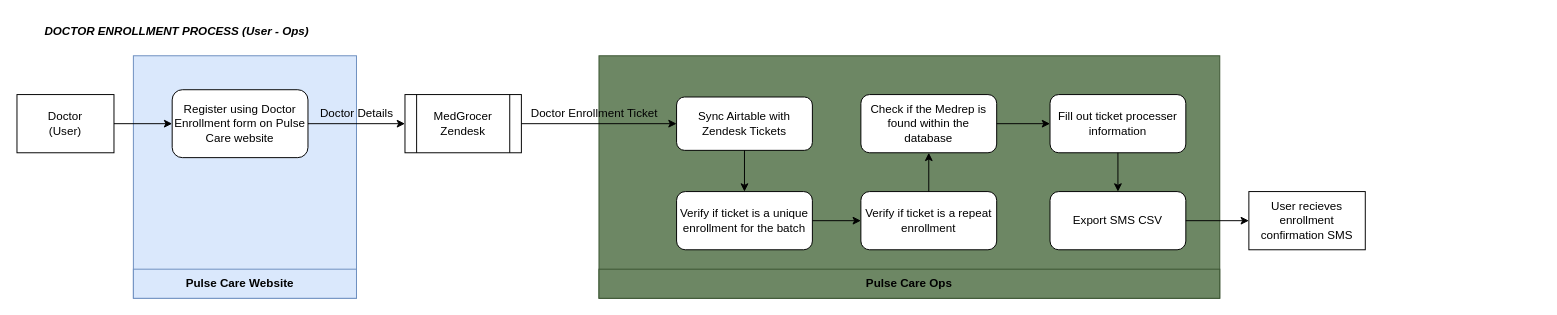
Earlier version of the draw.io diagram page "Data Flow Diagram" (1 of 2) of Patient Programs/NS Pulse Care/Doctor Enrollment.dio (MedGrocer/diagrams). Source tidied: cells renumbered, new cells numbered last; positions are measured from the earlier drawing's top-left corner, leaving out a move shared by most shapes. Both pictures are drawn from the tidied source at 97%, with x=0, y=0 at pixel (16, 16).
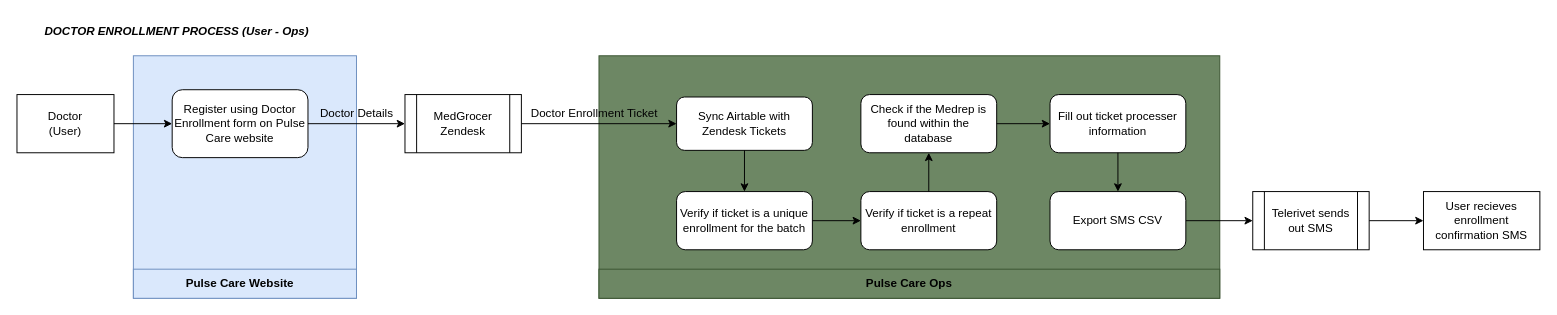
Above is the later version.

Unchanged cells that the change refers to:
```xml
<mxCell id="20" value="Export SMS CSV" style="rounded=1;whiteSpace=wrap;html=1;" parent="2" vertex="1">
  <mxGeometry x="1065" y="140" width="140" height="60" as="geometry" />
</mxCell>
```

The edit, as a diff of the source:
```diff
@@
     <mxCell id="2" style="group;" parent="1" vertex="1">
-      <mxGeometry y="40" width="1390" height="250" as="geometry" />
+      <mxGeometry y="40" width="1410" height="250" as="geometry" />
     </mxCell>
@@
+    <mxCell id="31" style="edgeStyle=none;html=1;exitX=1;exitY=0.5;exitDx=0;exitDy=0;entryX=0;entryY=0.5;entryDx=0;entryDy=0;" parent="2" edge="1" source="20" target="32">
+      <mxGeometry relative="1" as="geometry" />
+    </mxCell>
@@
-    <mxCell id="22" value="User recieves enrollment confirmation SMS" style="rounded=0;whiteSpace=wrap;html=1;" parent="2" vertex="1">
-      <mxGeometry x="1270" y="140" width="120" height="60" as="geometry" />
-    </mxCell>
-    <mxCell id="23" style="edgeStyle=none;html=1;exitX=1;exitY=0.5;exitDx=0;exitDy=0;" parent="2" edge="1" source="20" target="22">
-      <mxGeometry relative="1" as="geometry" />
-    </mxCell>
@@
+    <mxCell id="32" value="Telerivet sends out SMS" style="shape=process;whiteSpace=wrap;html=1;backgroundOutline=1;" parent="2" vertex="1">
+      <mxGeometry x="1274" y="140" width="120" height="60" as="geometry" />
+    </mxCell>
@@
+    <mxCell id="22" value="User recieves enrollment confirmation SMS" style="rounded=0;whiteSpace=wrap;html=1;" parent="1" vertex="1">
+      <mxGeometry x="1450" y="180" width="120" height="60" as="geometry" />
+    </mxCell>
+    <mxCell id="33" style="edgeStyle=none;html=1;exitX=1;exitY=0.5;exitDx=0;exitDy=0;entryX=0;entryY=0.5;entryDx=0;entryDy=0;" parent="1" edge="1" source="32" target="22">
+      <mxGeometry relative="1" as="geometry" />
+    </mxCell>
```
